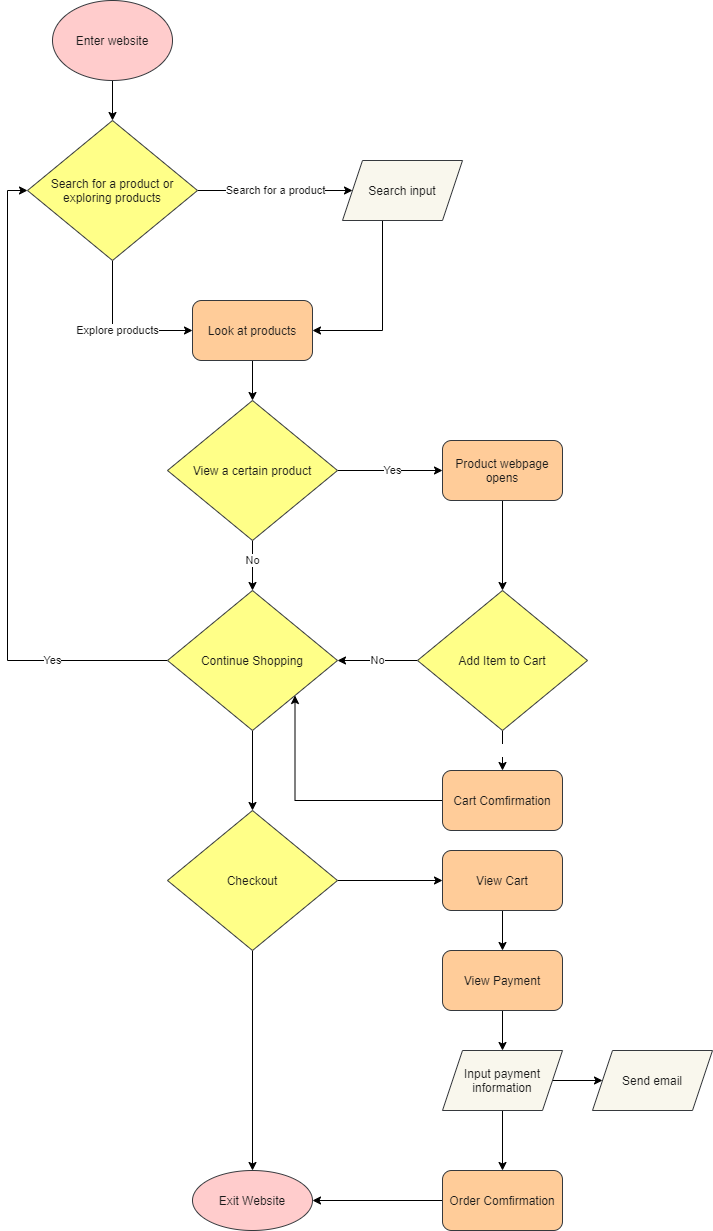
Fhuynh1/fa21-cse110-lab4 keeps this draw.io diagram as explore/diagramming/diagram.drawio.png. Above is the earlier version. Source tidied: cells renumbered, new cells last; positions are measured from the earlier drawing's top-left corner, leaving out a move shared by most shapes.
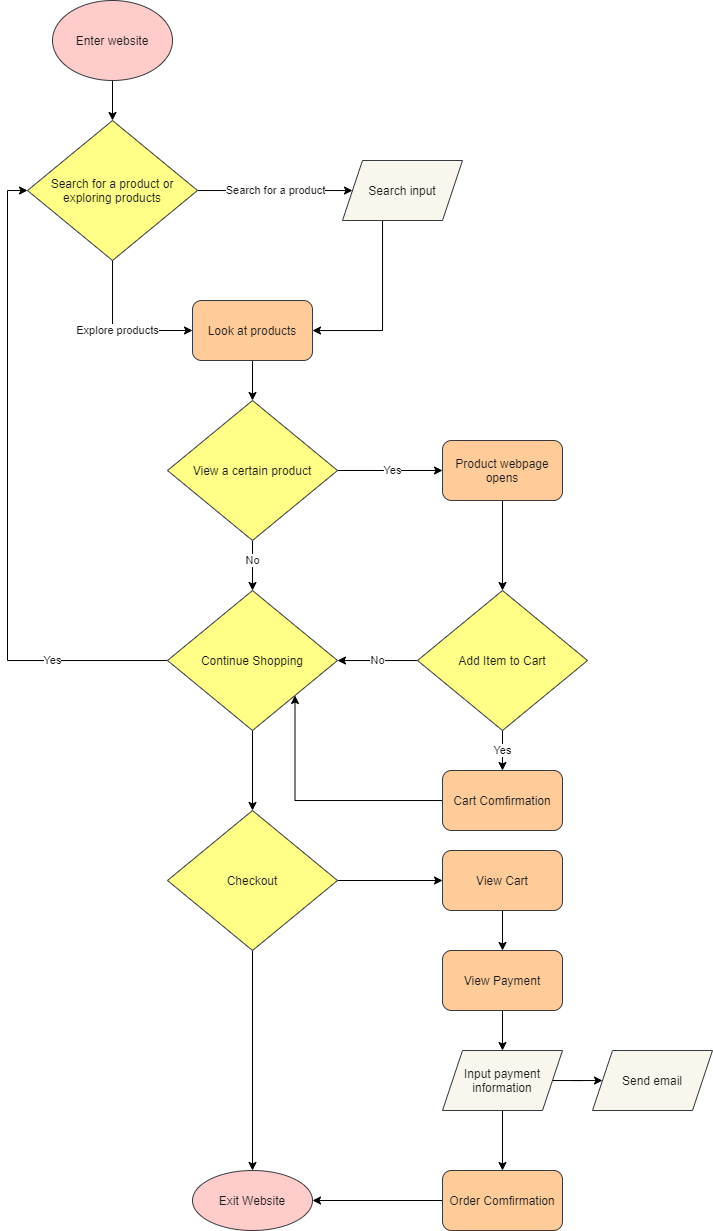
Above is the later version.

The edit, as a diff of the source:
```diff
@@ -90,7 +90,7 @@
     <mxCell id="22" style="edgeStyle=orthogonalEdgeStyle;rounded=0;jettySize=auto;html=1;fontColor=#1A1A1A;" parent="1" edge="1" source="24" target="26">
       <mxGeometry relative="1" as="geometry" />
     </mxCell>
-    <mxCell id="23" value="&lt;font color=&quot;#ffffff&quot;&gt;Yes&lt;/font&gt;" style="edgeLabel;html=1;align=center;verticalAlign=middle;fontColor=#1A1A1A;" parent="22" vertex="1">
+    <mxCell id="23" value="Yes" style="edgeLabel;html=1;align=center;verticalAlign=middle;fontColor=#1A1A1A;" parent="22" vertex="1">
       <mxGeometry x="-0.03" y="7" relative="1" as="geometry">
         <mxPoint x="-7" as="offset" />
       </mxGeometry>
```
